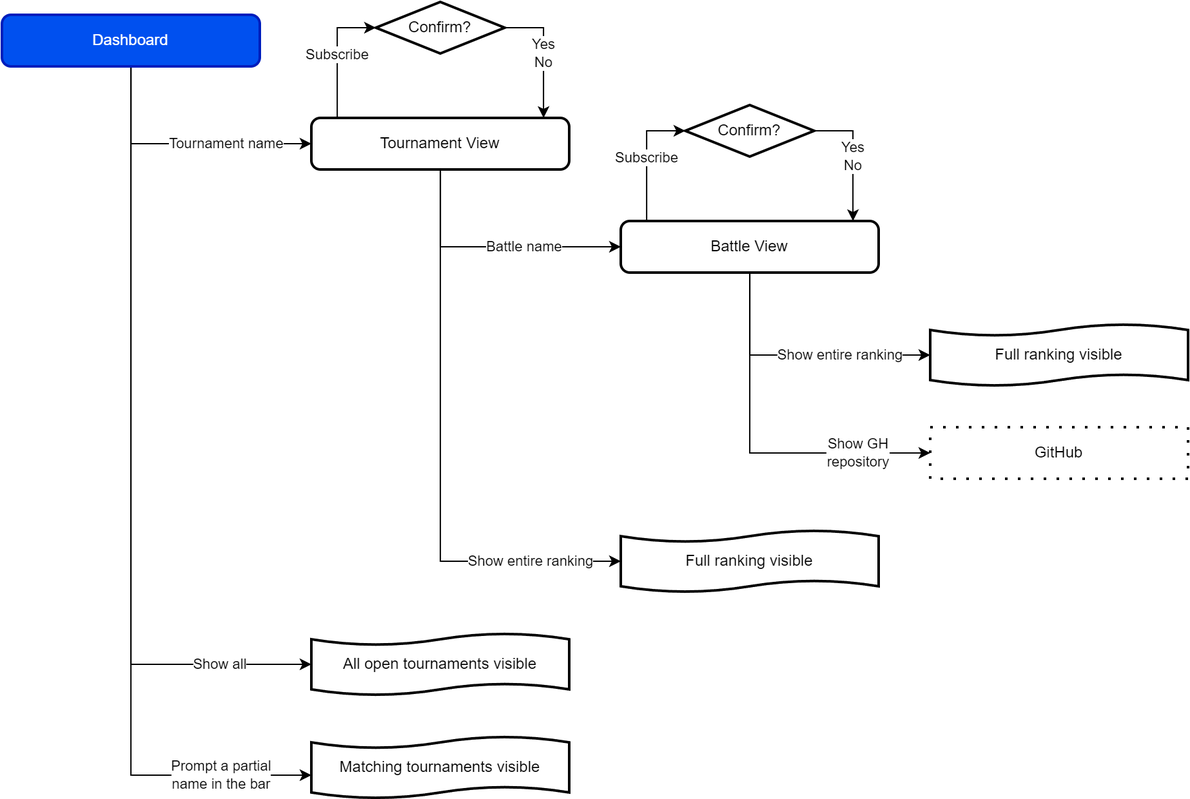
Before: DD/images/UX/UX-STU.drawio.png, a diagram exported from draw.io (pontig/sw-eng-2-PasiniPontiggiaStasi). Source tidied: cells renumbered, new cells last; positions are measured from the earlier drawing's top-left corner, leaving out a move shared by most shapes. The source it was exported from:
```xml
<mxGraphModel>
  <root>
    <mxCell id="0" />
    <mxCell id="1" parent="0" />
    <mxCell id="2" value="Tournament name" style="edgeStyle=orthogonalEdgeStyle;rounded=0;jettySize=auto;html=1;" parent="1" edge="1" source="5" target="9">
      <mxGeometry x="0.33" relative="1" as="geometry">
        <Array as="points">
          <mxPoint x="100" y="110" />
        </Array>
      </mxGeometry>
    </mxCell>
    <mxCell id="3" value="Show all" style="edgeStyle=orthogonalEdgeStyle;rounded=0;jettySize=auto;html=1;" parent="1" edge="1" source="5" target="16">
      <mxGeometry x="0.77" relative="1" as="geometry">
        <Array as="points">
          <mxPoint x="100" y="514" />
        </Array>
        <mxPoint x="-1" as="offset" />
      </mxGeometry>
    </mxCell>
    <mxCell id="4" value="&lt;span style=&quot;color: rgb(0, 0, 0); font-family: Helvetica; font-size: 11px; font-style: normal; font-variant-ligatures: normal; font-variant-caps: normal; font-weight: 400; letter-spacing: normal; orphans: 2; text-align: center; text-indent: 0px; text-transform: none; widows: 2; word-spacing: 0px; -webkit-text-stroke-width: 0px; background-color: rgb(255, 255, 255); text-decoration-thickness: initial; text-decoration-style: initial; text-decoration-color: initial; float: none; display: inline !important;&quot;&gt;Prompt a partial&lt;/span&gt;&lt;br style=&quot;border-color: var(--border-color); color: rgb(0, 0, 0); font-family: Helvetica; font-size: 11px; font-style: normal; font-variant-ligatures: normal; font-variant-caps: normal; font-weight: 400; letter-spacing: normal; orphans: 2; text-align: center; text-indent: 0px; text-transform: none; widows: 2; word-spacing: 0px; -webkit-text-stroke-width: 0px; text-decoration-thickness: initial; text-decoration-style: initial; text-decoration-color: initial;&quot;&gt;&lt;span style=&quot;color: rgb(0, 0, 0); font-family: Helvetica; font-size: 11px; font-style: normal; font-variant-ligatures: normal; font-variant-caps: normal; font-weight: 400; letter-spacing: normal; orphans: 2; text-align: center; text-indent: 0px; text-transform: none; widows: 2; word-spacing: 0px; -webkit-text-stroke-width: 0px; background-color: rgb(255, 255, 255); text-decoration-thickness: initial; text-decoration-style: initial; text-decoration-color: initial; float: none; display: inline !important;&quot;&gt;name in the bar&lt;/span&gt;" style="edgeStyle=orthogonalEdgeStyle;rounded=0;jettySize=auto;html=1;" parent="1" edge="1" source="5" target="19">
      <mxGeometry x="0.8" relative="1" as="geometry">
        <Array as="points">
          <mxPoint x="100" y="600" />
        </Array>
      </mxGeometry>
    </mxCell>
    <mxCell id="5" value="Dashboard" style="rounded=1;whiteSpace=wrap;html=1;absoluteArcSize=1;arcSize=14;strokeWidth=2;fillColor=#0050ef;fontColor=#ffffff;strokeColor=#001DBC;" parent="1" vertex="1">
      <mxGeometry y="10" width="200" height="40" as="geometry" />
    </mxCell>
    <mxCell id="6" value="Battle name" style="edgeStyle=orthogonalEdgeStyle;rounded=0;jettySize=auto;html=1;" parent="1" edge="1" source="9" target="12">
      <mxGeometry x="0.25" relative="1" as="geometry">
        <Array as="points">
          <mxPoint x="340" y="190" />
        </Array>
      </mxGeometry>
    </mxCell>
    <mxCell id="7" value="Show entire ranking" style="edgeStyle=orthogonalEdgeStyle;rounded=0;jettySize=auto;html=1;" parent="1" edge="1" source="9" target="15">
      <mxGeometry x="0.68" relative="1" as="geometry">
        <Array as="points">
          <mxPoint x="340" y="434" />
        </Array>
      </mxGeometry>
    </mxCell>
    <mxCell id="8" value="Subscribe" style="edgeStyle=orthogonalEdgeStyle;rounded=0;jettySize=auto;html=1;" parent="1" edge="1" source="9" target="18">
      <mxGeometry relative="1" as="geometry">
        <Array as="points">
          <mxPoint x="260" y="20" />
        </Array>
      </mxGeometry>
    </mxCell>
    <mxCell id="9" value="Tournament View" style="rounded=1;whiteSpace=wrap;html=1;absoluteArcSize=1;arcSize=14;strokeWidth=2;" parent="1" vertex="1">
      <mxGeometry x="240" y="90" width="200" height="40" as="geometry" />
    </mxCell>
    <mxCell id="10" value="Show GH&lt;br&gt;repository" style="edgeStyle=orthogonalEdgeStyle;rounded=0;jettySize=auto;html=1;" parent="1" edge="1" source="12" target="14">
      <mxGeometry x="0.6" relative="1" as="geometry">
        <Array as="points">
          <mxPoint x="580" y="350" />
        </Array>
      </mxGeometry>
    </mxCell>
    <mxCell id="11" value="Show entire ranking" style="edgeStyle=orthogonalEdgeStyle;rounded=0;jettySize=auto;html=1;" parent="1" edge="1" source="12" target="13">
      <mxGeometry x="0.31" relative="1" as="geometry">
        <Array as="points">
          <mxPoint x="580" y="274" />
        </Array>
      </mxGeometry>
    </mxCell>
    <mxCell id="12" value="Battle View" style="rounded=1;whiteSpace=wrap;html=1;absoluteArcSize=1;arcSize=14;strokeWidth=2;" parent="1" vertex="1">
      <mxGeometry x="480" y="170" width="200" height="40" as="geometry" />
    </mxCell>
    <mxCell id="13" value="Full ranking visible" style="shape=tape;whiteSpace=wrap;html=1;strokeWidth=2;size=0.19;" parent="1" vertex="1">
      <mxGeometry x="720" y="250" width="200" height="48" as="geometry" />
    </mxCell>
    <mxCell id="14" value="GitHub" style="rounded=0;whiteSpace=wrap;html=1;absoluteArcSize=1;arcSize=14;strokeWidth=2;dashed=1;dashPattern=1 4;" parent="1" vertex="1">
      <mxGeometry x="720" y="330" width="200" height="40" as="geometry" />
    </mxCell>
    <mxCell id="15" value="Full ranking visible" style="shape=tape;whiteSpace=wrap;html=1;strokeWidth=2;size=0.19;" parent="1" vertex="1">
      <mxGeometry x="480" y="410" width="200" height="48" as="geometry" />
    </mxCell>
    <mxCell id="16" value="All open tournaments visible" style="shape=tape;whiteSpace=wrap;html=1;strokeWidth=2;size=0.19;" parent="1" vertex="1">
      <mxGeometry x="240" y="490" width="200" height="48" as="geometry" />
    </mxCell>
    <mxCell id="17" value="Yes&lt;br&gt;No" style="edgeStyle=orthogonalEdgeStyle;rounded=0;jettySize=auto;html=1;" parent="1" edge="1" source="18" target="9">
      <mxGeometry relative="1" as="geometry">
        <Array as="points">
          <mxPoint x="420" y="20" />
        </Array>
      </mxGeometry>
    </mxCell>
    <mxCell id="18" value="Confirm?" style="strokeWidth=2;html=1;shape=mxgraph.flowchart.decision;whiteSpace=wrap;" parent="1" vertex="1">
      <mxGeometry x="290" width="100" height="40" as="geometry" />
    </mxCell>
    <mxCell id="19" value="Matching tournaments visible" style="shape=tape;whiteSpace=wrap;html=1;strokeWidth=2;size=0.19;" parent="1" vertex="1">
      <mxGeometry x="240" y="570" width="200" height="48" as="geometry" />
    </mxCell>
    <mxCell id="20" value="Subscribe" style="edgeStyle=orthogonalEdgeStyle;rounded=0;jettySize=auto;html=1;" parent="1" edge="1" source="12" target="22">
      <mxGeometry relative="1" as="geometry">
        <Array as="points">
          <mxPoint x="500" y="100" />
        </Array>
      </mxGeometry>
    </mxCell>
    <mxCell id="21" value="Yes&lt;br&gt;No" style="edgeStyle=orthogonalEdgeStyle;rounded=0;jettySize=auto;html=1;" parent="1" edge="1" source="22" target="12">
      <mxGeometry relative="1" as="geometry">
        <Array as="points">
          <mxPoint x="660" y="100" />
        </Array>
      </mxGeometry>
    </mxCell>
    <mxCell id="22" value="Confirm?" style="strokeWidth=2;html=1;shape=mxgraph.flowchart.decision;whiteSpace=wrap;" parent="1" vertex="1">
      <mxGeometry x="530" y="80" width="100" height="40" as="geometry" />
    </mxCell>
  </root>
</mxGraphModel>
```
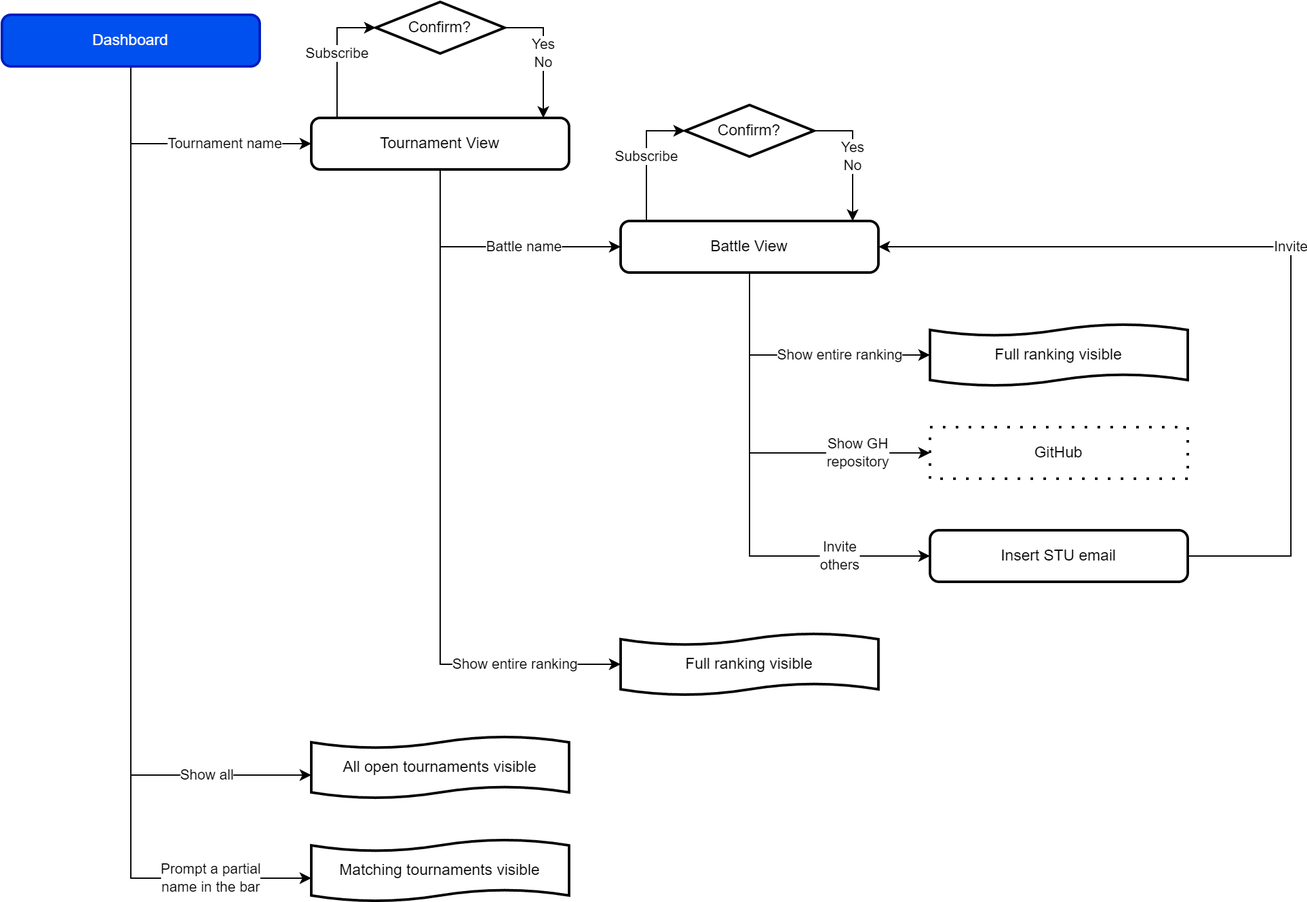
The same file after the commit.

The edit, as a diff of the source:
```diff
@@ -12,7 +12,7 @@
     <mxCell id="3" value="Show all" style="edgeStyle=orthogonalEdgeStyle;rounded=0;jettySize=auto;html=1;" parent="1" edge="1" source="5" target="16">
       <mxGeometry x="0.77" relative="1" as="geometry">
         <Array as="points">
-          <mxPoint x="100" y="514" />
+          <mxPoint x="100" y="600" />
         </Array>
         <mxPoint x="-1" as="offset" />
       </mxGeometry>
@@ -20,7 +20,7 @@
     <mxCell id="4" value="&lt;span style=&quot;color: rgb(0, 0, 0); font-family: Helvetica; font-size: 11px; font-style: normal; font-variant-ligatures: normal; font-variant-caps: normal; font-weight: 400; letter-spacing: normal; orphans: 2; text-align: center; text-indent: 0px; text-transform: none; widows: 2; word-spacing: 0px; -webkit-text-stroke-width: 0px; background-color: rgb(255, 255, 255); text-decoration-thickness: initial; text-decoration-style: initial; text-decoration-color: initial; float: none; display: inline !important;&quot;&gt;Prompt a partial&lt;/span&gt;&lt;br style=&quot;border-color: var(--border-color); color: rgb(0, 0, 0); font-family: Helvetica; font-size: 11px; font-style: normal; font-variant-ligatures: normal; font-variant-caps: normal; font-weight: 400; letter-spacing: normal; orphans: 2; text-align: center; text-indent: 0px; text-transform: none; widows: 2; word-spacing: 0px; -webkit-text-stroke-width: 0px; text-decoration-thickness: initial; text-decoration-style: initial; text-decoration-color: initial;&quot;&gt;&lt;span style=&quot;color: rgb(0, 0, 0); font-family: Helvetica; font-size: 11px; font-style: normal; font-variant-ligatures: normal; font-variant-caps: normal; font-weight: 400; letter-spacing: normal; orphans: 2; text-align: center; text-indent: 0px; text-transform: none; widows: 2; word-spacing: 0px; -webkit-text-stroke-width: 0px; background-color: rgb(255, 255, 255); text-decoration-thickness: initial; text-decoration-style: initial; text-decoration-color: initial; float: none; display: inline !important;&quot;&gt;name in the bar&lt;/span&gt;" style="edgeStyle=orthogonalEdgeStyle;rounded=0;jettySize=auto;html=1;" parent="1" edge="1" source="5" target="19">
       <mxGeometry x="0.8" relative="1" as="geometry">
         <Array as="points">
-          <mxPoint x="100" y="600" />
+          <mxPoint x="100" y="680" />
         </Array>
       </mxGeometry>
     </mxCell>
@@ -37,7 +37,7 @@
     <mxCell id="7" value="Show entire ranking" style="edgeStyle=orthogonalEdgeStyle;rounded=0;jettySize=auto;html=1;" parent="1" edge="1" source="9" target="15">
       <mxGeometry x="0.68" relative="1" as="geometry">
         <Array as="points">
-          <mxPoint x="340" y="434" />
+          <mxPoint x="340" y="514" />
         </Array>
       </mxGeometry>
     </mxCell>
@@ -65,6 +65,13 @@
         </Array>
       </mxGeometry>
     </mxCell>
+    <mxCell id="23" value="Invite&lt;br&gt;others" style="edgeStyle=orthogonalEdgeStyle;rounded=0;jettySize=auto;html=1;" parent="1" edge="1" source="12" target="25">
+      <mxGeometry x="0.61" relative="1" as="geometry">
+        <Array as="points">
+          <mxPoint x="580" y="430" />
+        </Array>
+      </mxGeometry>
+    </mxCell>
     <mxCell id="12" value="Battle View" style="rounded=1;whiteSpace=wrap;html=1;absoluteArcSize=1;arcSize=14;strokeWidth=2;" parent="1" vertex="1">
       <mxGeometry x="480" y="170" width="200" height="40" as="geometry" />
     </mxCell>
@@ -75,10 +82,10 @@
       <mxGeometry x="720" y="330" width="200" height="40" as="geometry" />
     </mxCell>
     <mxCell id="15" value="Full ranking visible" style="shape=tape;whiteSpace=wrap;html=1;strokeWidth=2;size=0.19;" parent="1" vertex="1">
-      <mxGeometry x="480" y="410" width="200" height="48" as="geometry" />
+      <mxGeometry x="480" y="490" width="200" height="48" as="geometry" />
     </mxCell>
     <mxCell id="16" value="All open tournaments visible" style="shape=tape;whiteSpace=wrap;html=1;strokeWidth=2;size=0.19;" parent="1" vertex="1">
-      <mxGeometry x="240" y="490" width="200" height="48" as="geometry" />
+      <mxGeometry x="240" y="570" width="200" height="48" as="geometry" />
     </mxCell>
     <mxCell id="17" value="Yes&lt;br&gt;No" style="edgeStyle=orthogonalEdgeStyle;rounded=0;jettySize=auto;html=1;" parent="1" edge="1" source="18" target="9">
       <mxGeometry relative="1" as="geometry">
@@ -91,7 +98,7 @@
       <mxGeometry x="290" width="100" height="40" as="geometry" />
     </mxCell>
     <mxCell id="19" value="Matching tournaments visible" style="shape=tape;whiteSpace=wrap;html=1;strokeWidth=2;size=0.19;" parent="1" vertex="1">
-      <mxGeometry x="240" y="570" width="200" height="48" as="geometry" />
+      <mxGeometry x="240" y="650" width="200" height="48" as="geometry" />
     </mxCell>
     <mxCell id="20" value="Subscribe" style="edgeStyle=orthogonalEdgeStyle;rounded=0;jettySize=auto;html=1;" parent="1" edge="1" source="12" target="22">
       <mxGeometry relative="1" as="geometry">
@@ -110,5 +117,16 @@
     <mxCell id="22" value="Confirm?" style="strokeWidth=2;html=1;shape=mxgraph.flowchart.decision;whiteSpace=wrap;" parent="1" vertex="1">
       <mxGeometry x="530" y="80" width="100" height="40" as="geometry" />
     </mxCell>
+    <mxCell id="24" value="Invite" style="edgeStyle=orthogonalEdgeStyle;rounded=0;jettySize=auto;html=1;" parent="1" edge="1" source="25" target="12">
+      <mxGeometry relative="1" as="geometry">
+        <Array as="points">
+          <mxPoint x="1000" y="430" />
+          <mxPoint x="1000" y="190" />
+        </Array>
+      </mxGeometry>
+    </mxCell>
+    <mxCell id="25" value="Insert STU email" style="rounded=1;whiteSpace=wrap;html=1;absoluteArcSize=1;arcSize=14;strokeWidth=2;" parent="1" vertex="1">
+      <mxGeometry x="720" y="410" width="200" height="40" as="geometry" />
+    </mxCell>
   </root>
 </mxGraphModel>
```
